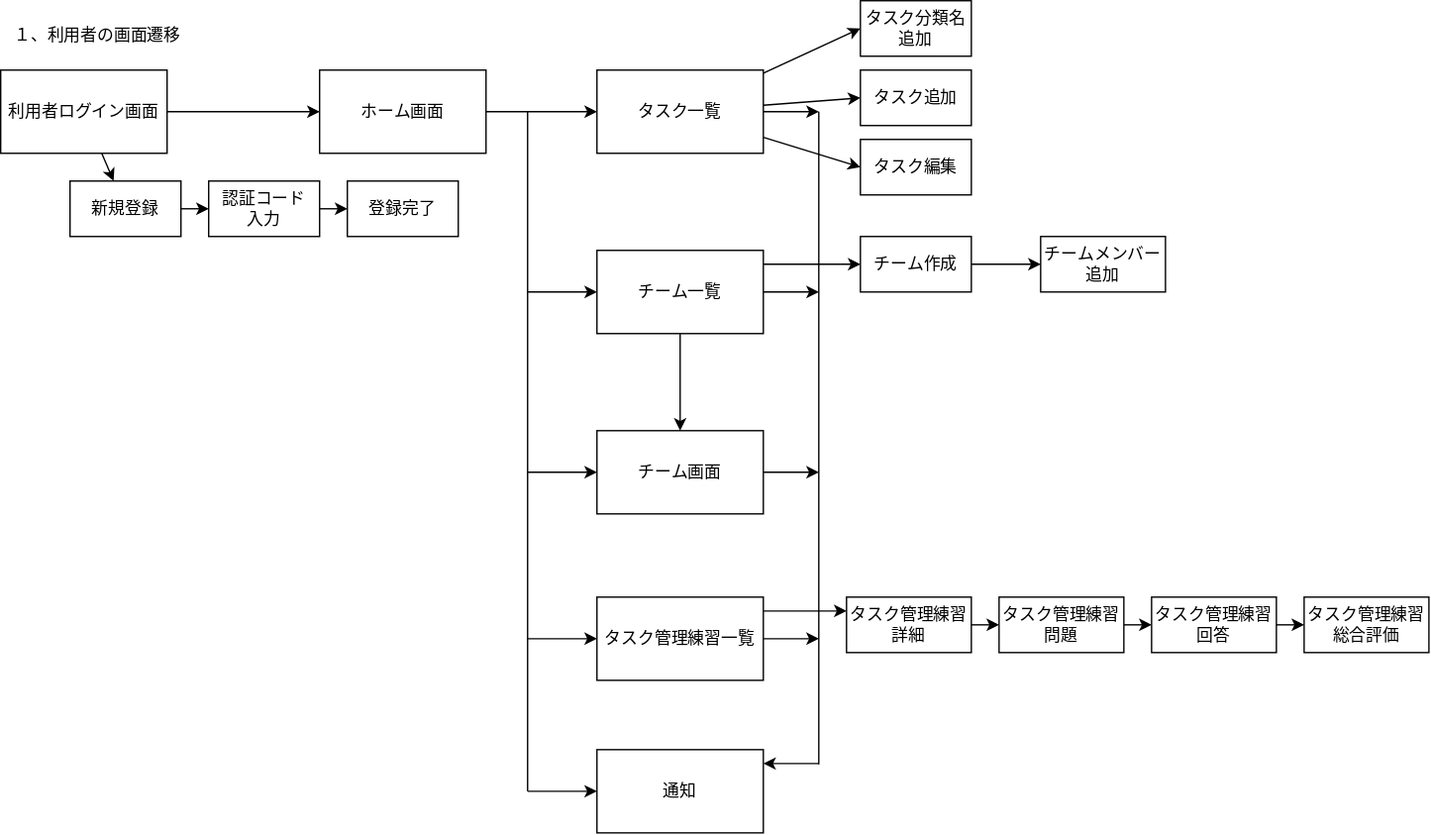
Earlier version of the draw.io export teamE2.drawio.svg (Skypeace8585/uml-introduction). Source tidied: cells renumbered, new cells last; positions are measured from the earlier drawing's top-left corner, leaving out a move shared by most shapes. Its diagram source:
```xml
<mxGraphModel>
  <root>
    <mxCell id="0" />
    <mxCell id="1" parent="0" />
    <mxCell id="2" value="１、利用者の画面遷移" style="text;html=1;strokeColor=none;fillColor=none;align=center;verticalAlign=middle;whiteSpace=wrap;rounded=0;" parent="1" vertex="1">
      <mxGeometry y="10" width="140" height="30" as="geometry" />
    </mxCell>
    <mxCell id="3" style="edgeStyle=none;html=1;" parent="1" edge="1" source="5" target="44">
      <mxGeometry relative="1" as="geometry" />
    </mxCell>
    <mxCell id="4" style="edgeStyle=none;html=1;entryX=0;entryY=0.5;entryDx=0;entryDy=0;" parent="1" edge="1" source="5" target="7">
      <mxGeometry relative="1" as="geometry" />
    </mxCell>
    <mxCell id="5" value="利用者ログイン画面" style="rounded=0;whiteSpace=wrap;html=1;" parent="1" vertex="1">
      <mxGeometry y="50" width="120" height="60" as="geometry" />
    </mxCell>
    <mxCell id="6" style="edgeStyle=none;html=1;entryX=0;entryY=0.5;entryDx=0;entryDy=0;" parent="1" edge="1" source="7" target="12">
      <mxGeometry relative="1" as="geometry" />
    </mxCell>
    <mxCell id="7" value="ホーム画面" style="rounded=0;whiteSpace=wrap;html=1;" parent="1" vertex="1">
      <mxGeometry x="230" y="50" width="120" height="60" as="geometry" />
    </mxCell>
    <mxCell id="8" style="edgeStyle=none;html=1;entryX=0;entryY=0.5;entryDx=0;entryDy=0;" parent="1" edge="1" source="12" target="23">
      <mxGeometry relative="1" as="geometry" />
    </mxCell>
    <mxCell id="9" style="edgeStyle=none;html=1;entryX=0;entryY=0.5;entryDx=0;entryDy=0;" parent="1" edge="1" source="12" target="24">
      <mxGeometry relative="1" as="geometry" />
    </mxCell>
    <mxCell id="10" style="edgeStyle=none;html=1;" parent="1" edge="1" source="12">
      <mxGeometry relative="1" as="geometry">
        <mxPoint x="590" y="80" as="targetPoint" />
      </mxGeometry>
    </mxCell>
    <mxCell id="11" style="edgeStyle=none;html=1;entryX=0;entryY=0.5;entryDx=0;entryDy=0;" parent="1" edge="1" source="12" target="32">
      <mxGeometry relative="1" as="geometry" />
    </mxCell>
    <mxCell id="12" value="タスク一覧" style="rounded=0;whiteSpace=wrap;html=1;" parent="1" vertex="1">
      <mxGeometry x="430" y="50" width="120" height="60" as="geometry" />
    </mxCell>
    <mxCell id="13" style="endArrow=none;html=1;" parent="1" edge="1">
      <mxGeometry relative="1" as="geometry">
        <mxPoint x="380" y="570" as="sourcePoint" />
        <mxPoint x="380" y="80" as="targetPoint" />
      </mxGeometry>
    </mxCell>
    <mxCell id="14" style="edgeStyle=none;html=1;entryX=0.5;entryY=0;entryDx=0;entryDy=0;" parent="1" edge="1" source="16" target="18">
      <mxGeometry relative="1" as="geometry" />
    </mxCell>
    <mxCell id="15" style="edgeStyle=none;html=1;entryX=0;entryY=0.5;entryDx=0;entryDy=0;" parent="1" edge="1" target="34">
      <mxGeometry relative="1" as="geometry">
        <mxPoint x="550" y="190" as="sourcePoint" />
      </mxGeometry>
    </mxCell>
    <mxCell id="16" value="チーム一覧" style="rounded=0;whiteSpace=wrap;html=1;" parent="1" vertex="1">
      <mxGeometry x="430" y="180" width="120" height="60" as="geometry" />
    </mxCell>
    <mxCell id="17" style="endArrow=classic;html=1;entryX=0;entryY=0.5;entryDx=0;entryDy=0;" parent="1" edge="1" target="16">
      <mxGeometry relative="1" as="geometry">
        <mxPoint x="380" y="210" as="sourcePoint" />
      </mxGeometry>
    </mxCell>
    <mxCell id="18" value="チーム画面" style="rounded=0;whiteSpace=wrap;html=1;" parent="1" vertex="1">
      <mxGeometry x="430" y="310" width="120" height="60" as="geometry" />
    </mxCell>
    <mxCell id="19" style="endArrow=classic;html=1;entryX=0;entryY=0.5;entryDx=0;entryDy=0;" parent="1" edge="1" target="18">
      <mxGeometry relative="1" as="geometry">
        <mxPoint x="380" y="340" as="sourcePoint" />
      </mxGeometry>
    </mxCell>
    <mxCell id="20" style="edgeStyle=none;html=1;entryX=0;entryY=0.25;entryDx=0;entryDy=0;" parent="1" edge="1" target="36">
      <mxGeometry relative="1" as="geometry">
        <mxPoint x="550" y="440" as="sourcePoint" />
      </mxGeometry>
    </mxCell>
    <mxCell id="21" value="タスク管理練習一覧" style="rounded=0;whiteSpace=wrap;html=1;" parent="1" vertex="1">
      <mxGeometry x="430" y="430" width="120" height="60" as="geometry" />
    </mxCell>
    <mxCell id="22" style="endArrow=classic;html=1;entryX=0;entryY=0.5;entryDx=0;entryDy=0;" parent="1" edge="1" target="21">
      <mxGeometry relative="1" as="geometry">
        <mxPoint x="380" y="460" as="sourcePoint" />
      </mxGeometry>
    </mxCell>
    <mxCell id="23" value="タスク分類名&lt;br&gt;追加" style="rounded=0;whiteSpace=wrap;html=1;" parent="1" vertex="1">
      <mxGeometry x="620" width="80" height="40" as="geometry" />
    </mxCell>
    <mxCell id="24" value="タスク追加" style="rounded=0;whiteSpace=wrap;html=1;" parent="1" vertex="1">
      <mxGeometry x="620" y="50" width="80" height="40" as="geometry" />
    </mxCell>
    <mxCell id="25" value="通知" style="rounded=0;whiteSpace=wrap;html=1;" parent="1" vertex="1">
      <mxGeometry x="430" y="540" width="120" height="60" as="geometry" />
    </mxCell>
    <mxCell id="26" style="endArrow=classic;html=1;entryX=0;entryY=0.5;entryDx=0;entryDy=0;" parent="1" edge="1" target="25">
      <mxGeometry relative="1" as="geometry">
        <mxPoint x="380" y="570" as="sourcePoint" />
      </mxGeometry>
    </mxCell>
    <mxCell id="27" style="endArrow=none;html=1;" parent="1" edge="1">
      <mxGeometry relative="1" as="geometry">
        <mxPoint x="590" y="550.6" as="sourcePoint" />
        <mxPoint x="590" y="80" as="targetPoint" />
      </mxGeometry>
    </mxCell>
    <mxCell id="28" style="endArrow=classic;html=1;" parent="1" edge="1">
      <mxGeometry relative="1" as="geometry">
        <mxPoint x="590" y="550" as="sourcePoint" />
        <mxPoint x="550" y="550" as="targetPoint" />
      </mxGeometry>
    </mxCell>
    <mxCell id="29" style="endArrow=classic;html=1;" parent="1" edge="1">
      <mxGeometry relative="1" as="geometry">
        <mxPoint x="550" y="460" as="sourcePoint" />
        <mxPoint x="590" y="460" as="targetPoint" />
      </mxGeometry>
    </mxCell>
    <mxCell id="30" style="endArrow=classic;html=1;exitX=1;exitY=0.5;exitDx=0;exitDy=0;" parent="1" edge="1" source="18">
      <mxGeometry relative="1" as="geometry">
        <mxPoint x="590" y="340" as="targetPoint" />
      </mxGeometry>
    </mxCell>
    <mxCell id="31" style="endArrow=classic;html=1;exitX=1;exitY=0.5;exitDx=0;exitDy=0;" parent="1" edge="1" source="16">
      <mxGeometry relative="1" as="geometry">
        <mxPoint x="590" y="210" as="targetPoint" />
      </mxGeometry>
    </mxCell>
    <mxCell id="32" value="タスク編集" style="rounded=0;whiteSpace=wrap;html=1;" parent="1" vertex="1">
      <mxGeometry x="620" y="100" width="80" height="40" as="geometry" />
    </mxCell>
    <mxCell id="33" style="edgeStyle=none;html=1;entryX=0;entryY=0.5;entryDx=0;entryDy=0;" parent="1" edge="1" source="34" target="35">
      <mxGeometry relative="1" as="geometry" />
    </mxCell>
    <mxCell id="34" value="チーム作成" style="rounded=0;whiteSpace=wrap;html=1;" parent="1" vertex="1">
      <mxGeometry x="620" y="170" width="80" height="40" as="geometry" />
    </mxCell>
    <mxCell id="35" value="チームメンバー追加" style="rounded=0;whiteSpace=wrap;html=1;" parent="1" vertex="1">
      <mxGeometry x="750" y="170" width="90" height="40" as="geometry" />
    </mxCell>
    <mxCell id="36" value="タスク管理練習詳細" style="rounded=0;whiteSpace=wrap;html=1;" parent="1" vertex="1">
      <mxGeometry x="610" y="430" width="90" height="40" as="geometry" />
    </mxCell>
    <mxCell id="37" style="edgeStyle=none;html=1;entryX=0;entryY=0.5;entryDx=0;entryDy=0;" parent="1" edge="1" source="38" target="40">
      <mxGeometry relative="1" as="geometry" />
    </mxCell>
    <mxCell id="38" value="タスク管理練習問題" style="rounded=0;whiteSpace=wrap;html=1;" parent="1" vertex="1">
      <mxGeometry x="720" y="430" width="90" height="40" as="geometry" />
    </mxCell>
    <mxCell id="39" style="endArrow=classic;html=1;exitX=1;exitY=0.5;exitDx=0;exitDy=0;entryX=0;entryY=0.5;entryDx=0;entryDy=0;" parent="1" edge="1" source="36" target="38">
      <mxGeometry relative="1" as="geometry" />
    </mxCell>
    <mxCell id="40" value="タスク管理練習回答" style="rounded=0;whiteSpace=wrap;html=1;" parent="1" vertex="1">
      <mxGeometry x="830" y="430" width="90" height="40" as="geometry" />
    </mxCell>
    <mxCell id="41" value="タスク管理練習総合評価" style="rounded=0;whiteSpace=wrap;html=1;" parent="1" vertex="1">
      <mxGeometry x="940" y="430" width="90" height="40" as="geometry" />
    </mxCell>
    <mxCell id="42" style="edgeStyle=none;html=1;entryX=0;entryY=0.5;entryDx=0;entryDy=0;exitX=1;exitY=0.5;exitDx=0;exitDy=0;" parent="1" edge="1" source="40" target="41">
      <mxGeometry relative="1" as="geometry" />
    </mxCell>
    <mxCell id="43" style="edgeStyle=none;html=1;entryX=0;entryY=0.5;entryDx=0;entryDy=0;" parent="1" edge="1" source="44" target="46">
      <mxGeometry relative="1" as="geometry" />
    </mxCell>
    <mxCell id="44" value="新規登録" style="rounded=0;whiteSpace=wrap;html=1;" parent="1" vertex="1">
      <mxGeometry x="50" y="130" width="80" height="40" as="geometry" />
    </mxCell>
    <mxCell id="45" style="edgeStyle=none;html=1;entryX=0;entryY=0.5;entryDx=0;entryDy=0;" parent="1" edge="1" source="46" target="47">
      <mxGeometry relative="1" as="geometry" />
    </mxCell>
    <mxCell id="46" value="認証コード&lt;br&gt;入力" style="rounded=0;whiteSpace=wrap;html=1;" parent="1" vertex="1">
      <mxGeometry x="150" y="130" width="80" height="40" as="geometry" />
    </mxCell>
    <mxCell id="47" value="登録完了" style="rounded=0;whiteSpace=wrap;html=1;" parent="1" vertex="1">
      <mxGeometry x="250" y="130" width="80" height="40" as="geometry" />
    </mxCell>
  </root>
</mxGraphModel>
```
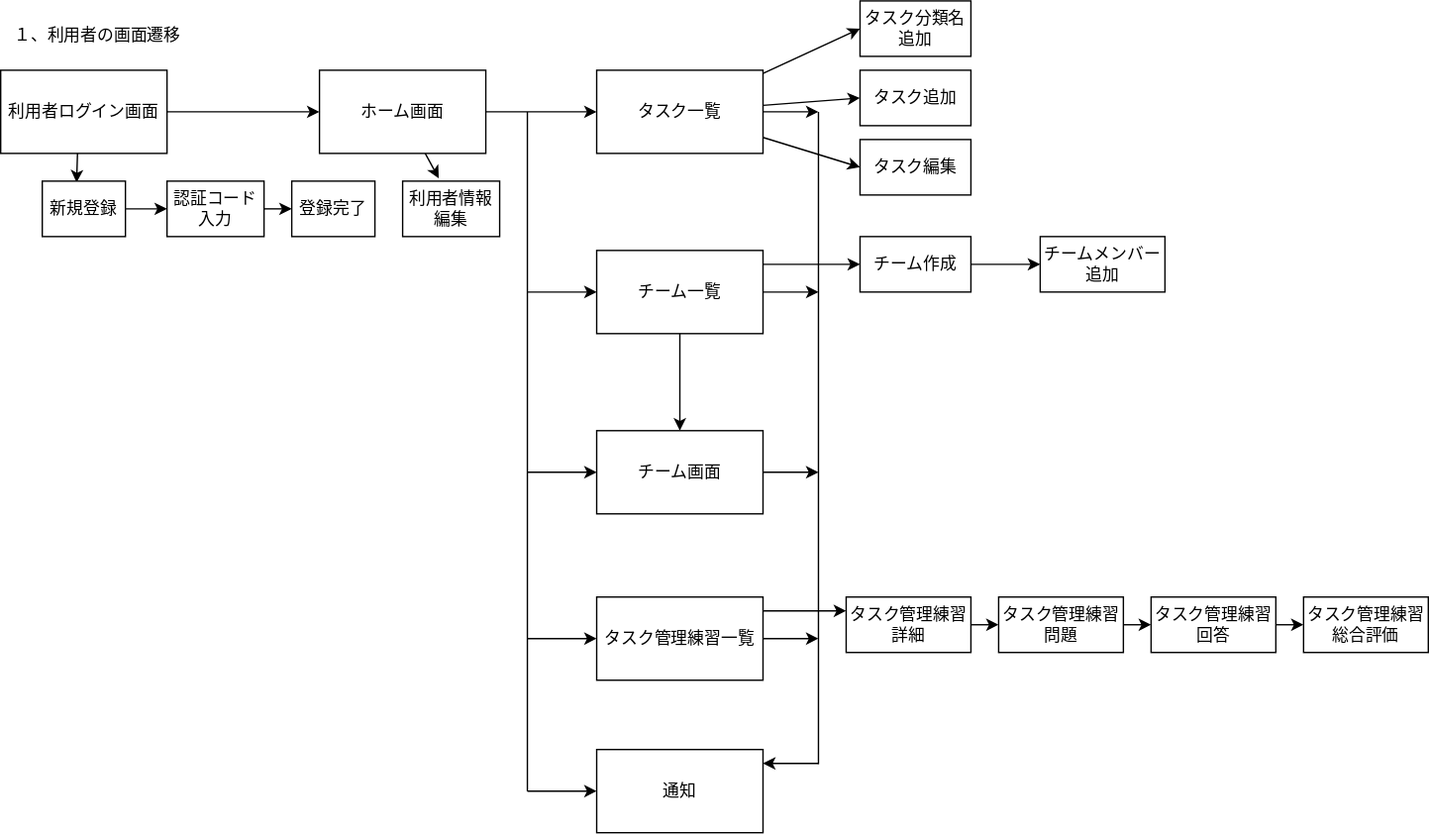
The same diagram one commit later.

Change to the diagram source:
```diff
@@ -5,7 +5,7 @@
     <mxCell id="2" value="１、利用者の画面遷移" style="text;html=1;strokeColor=none;fillColor=none;align=center;verticalAlign=middle;whiteSpace=wrap;rounded=0;" parent="1" vertex="1">
       <mxGeometry y="10" width="140" height="30" as="geometry" />
     </mxCell>
-    <mxCell id="3" style="edgeStyle=none;html=1;" parent="1" edge="1" source="5" target="44">
+    <mxCell id="3" style="edgeStyle=none;html=1;entryX=0.413;entryY=0.024;entryDx=0;entryDy=0;entryPerimeter=0;exitX=0.462;exitY=0.987;exitDx=0;exitDy=0;exitPerimeter=0;" parent="1" edge="1" source="5" target="44">
       <mxGeometry relative="1" as="geometry" />
     </mxCell>
     <mxCell id="4" style="edgeStyle=none;html=1;entryX=0;entryY=0.5;entryDx=0;entryDy=0;" parent="1" edge="1" source="5" target="7">
@@ -17,6 +17,9 @@
     <mxCell id="6" style="edgeStyle=none;html=1;entryX=0;entryY=0.5;entryDx=0;entryDy=0;" parent="1" edge="1" source="7" target="12">
       <mxGeometry relative="1" as="geometry" />
     </mxCell>
+    <mxCell id="48" style="edgeStyle=none;html=1;entryX=0.372;entryY=-0.052;entryDx=0;entryDy=0;entryPerimeter=0;" parent="1" edge="1" source="7" target="49">
+      <mxGeometry relative="1" as="geometry" />
+    </mxCell>
     <mxCell id="7" value="ホーム画面" style="rounded=0;whiteSpace=wrap;html=1;" parent="1" vertex="1">
       <mxGeometry x="230" y="50" width="120" height="60" as="geometry" />
     </mxCell>
@@ -155,20 +158,25 @@
     <mxCell id="42" style="edgeStyle=none;html=1;entryX=0;entryY=0.5;entryDx=0;entryDy=0;exitX=1;exitY=0.5;exitDx=0;exitDy=0;" parent="1" edge="1" source="40" target="41">
       <mxGeometry relative="1" as="geometry" />
     </mxCell>
-    <mxCell id="43" style="edgeStyle=none;html=1;entryX=0;entryY=0.5;entryDx=0;entryDy=0;" parent="1" edge="1" source="44" target="46">
-      <mxGeometry relative="1" as="geometry" />
+    <mxCell id="43" style="edgeStyle=none;html=1;" parent="1" edge="1" source="44">
+      <mxGeometry relative="1" as="geometry">
+        <mxPoint x="120" y="150" as="targetPoint" />
+      </mxGeometry>
     </mxCell>
     <mxCell id="44" value="新規登録" style="rounded=0;whiteSpace=wrap;html=1;" parent="1" vertex="1">
-      <mxGeometry x="50" y="130" width="80" height="40" as="geometry" />
+      <mxGeometry x="30" y="130" width="60" height="40" as="geometry" />
     </mxCell>
     <mxCell id="45" style="edgeStyle=none;html=1;entryX=0;entryY=0.5;entryDx=0;entryDy=0;" parent="1" edge="1" source="46" target="47">
       <mxGeometry relative="1" as="geometry" />
     </mxCell>
     <mxCell id="46" value="認証コード&lt;br&gt;入力" style="rounded=0;whiteSpace=wrap;html=1;" parent="1" vertex="1">
-      <mxGeometry x="150" y="130" width="80" height="40" as="geometry" />
+      <mxGeometry x="120" y="130" width="70" height="40" as="geometry" />
     </mxCell>
     <mxCell id="47" value="登録完了" style="rounded=0;whiteSpace=wrap;html=1;" parent="1" vertex="1">
-      <mxGeometry x="250" y="130" width="80" height="40" as="geometry" />
+      <mxGeometry x="210" y="130" width="60" height="40" as="geometry" />
     </mxCell>
+    <mxCell id="49" value="利用者情報編集" style="rounded=0;whiteSpace=wrap;html=1;" parent="1" vertex="1">
+      <mxGeometry x="290" y="130" width="70" height="40" as="geometry" />
+    </mxCell>
   </root>
 </mxGraphModel>
```
